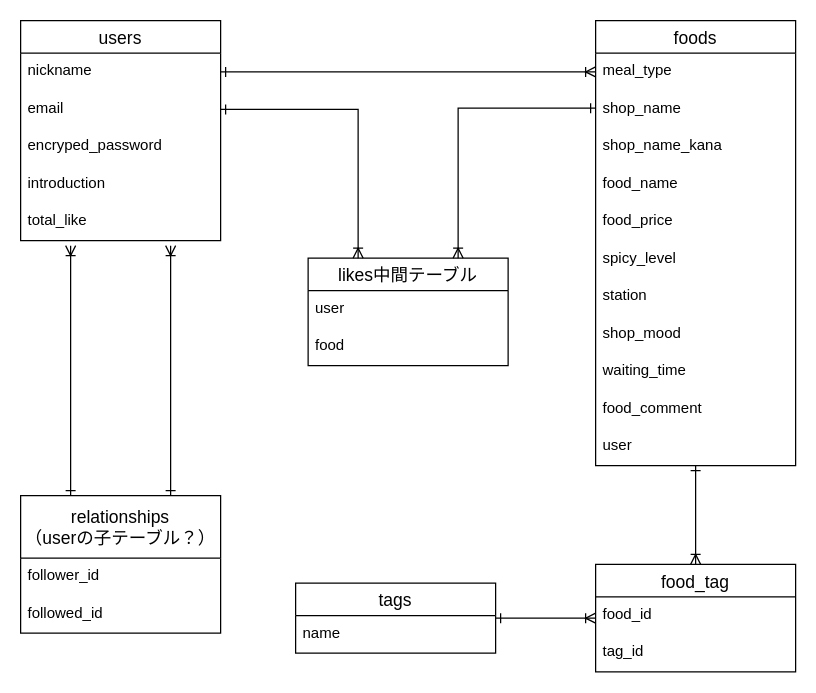
mkato1013/karai2 keeps this draw.io diagram as karai.dio. Above is the earlier version. Source tidied: cells renumbered, new cells numbered last; positions are measured from the earlier drawing's top-left corner, leaving out a move shared by most shapes. Both pictures are drawn from the tidied source at 125%, with x=0, y=0 at pixel (20, 20).
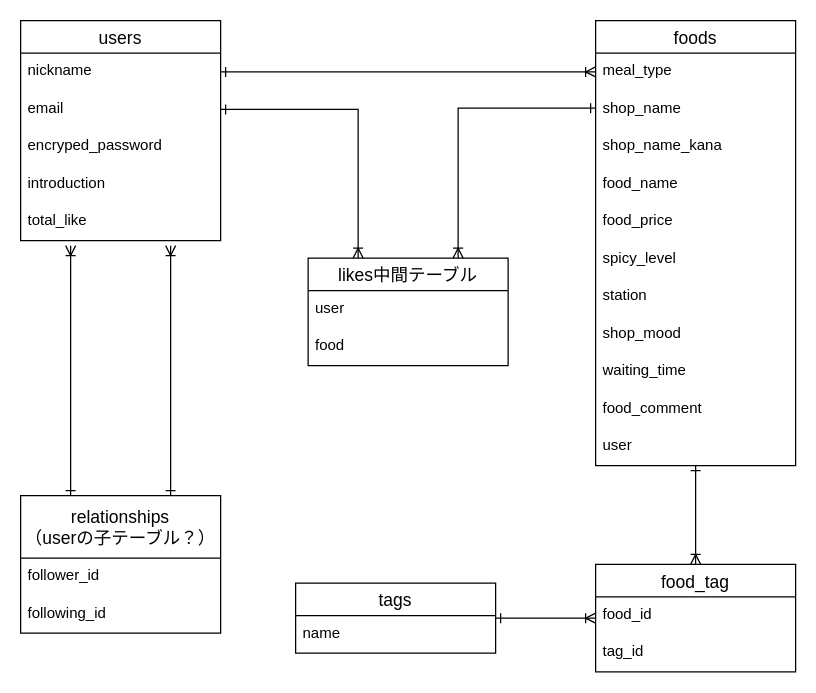
After the change.

The change refers to these unchanged cells:
```xml
<mxCell id="16" value="relationships&#10;（userの子テーブル？）" style="swimlane;fontStyle=0;horizontal=1;startSize=50;align=center;fontSize=14;" parent="1" vertex="1">
  <mxGeometry y="380" width="160" height="110" as="geometry" />
</mxCell>
```

Change to the diagram source:
```diff
@@
-    <mxCell id="18" value="followed_id" style="text;strokeColor=none;fillColor=none;spacingLeft=4;spacingRight=4;overflow=hidden;fontSize=12;" parent="16" vertex="1">
+    <mxCell id="18" value="following_id" style="text;strokeColor=none;fillColor=none;spacingLeft=4;spacingRight=4;overflow=hidden;fontSize=12;" parent="16" vertex="1">
       <mxGeometry y="80" width="160" height="30" as="geometry" />
     </mxCell>
```
